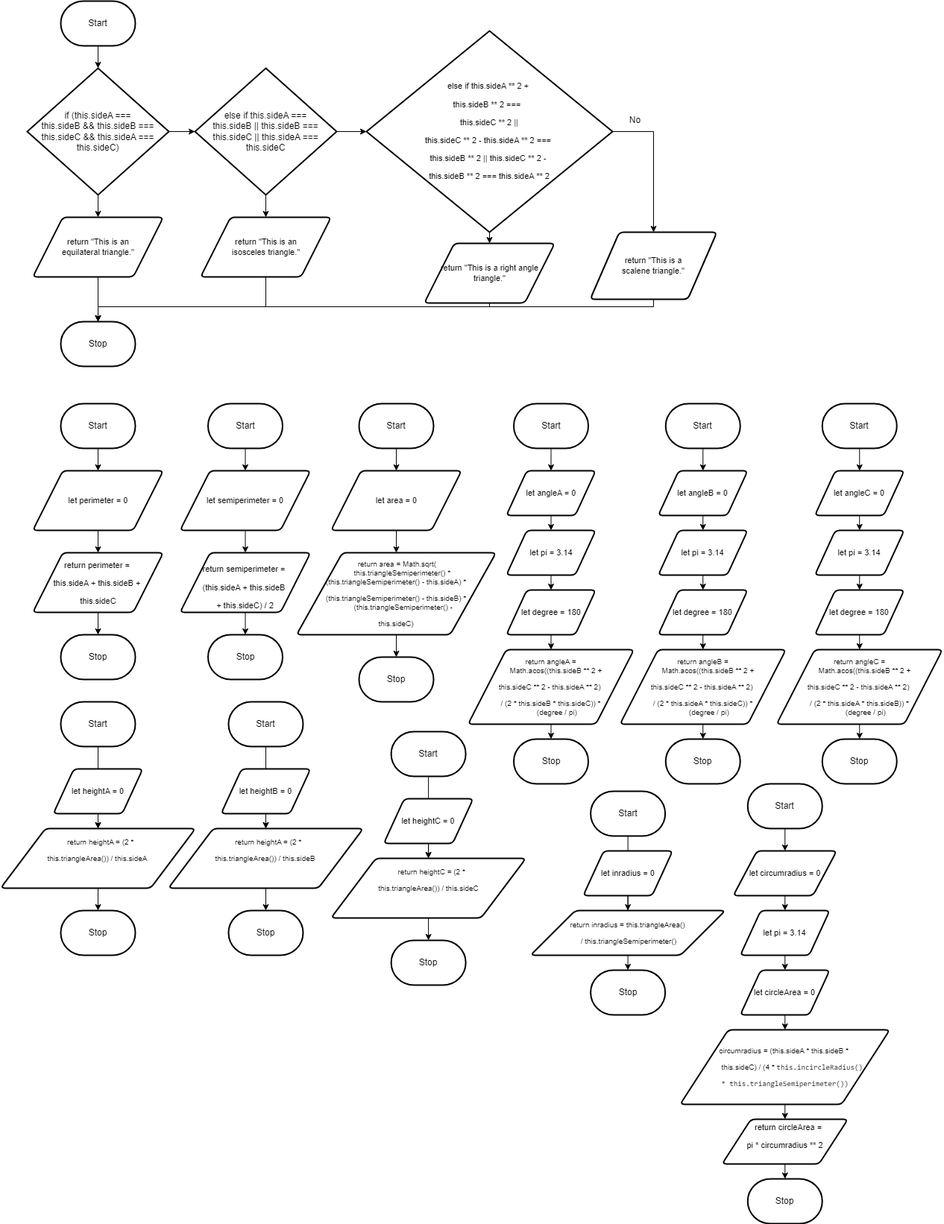
This is flowchart.png from Rodas-Nega1/ics4u-assignment-3-typescript, a draw.io export, as it was before one commit. Source tidied: cells renumbered, new cells last; positions are measured from the earlier drawing's top-left corner, leaving out a move shared by most shapes.
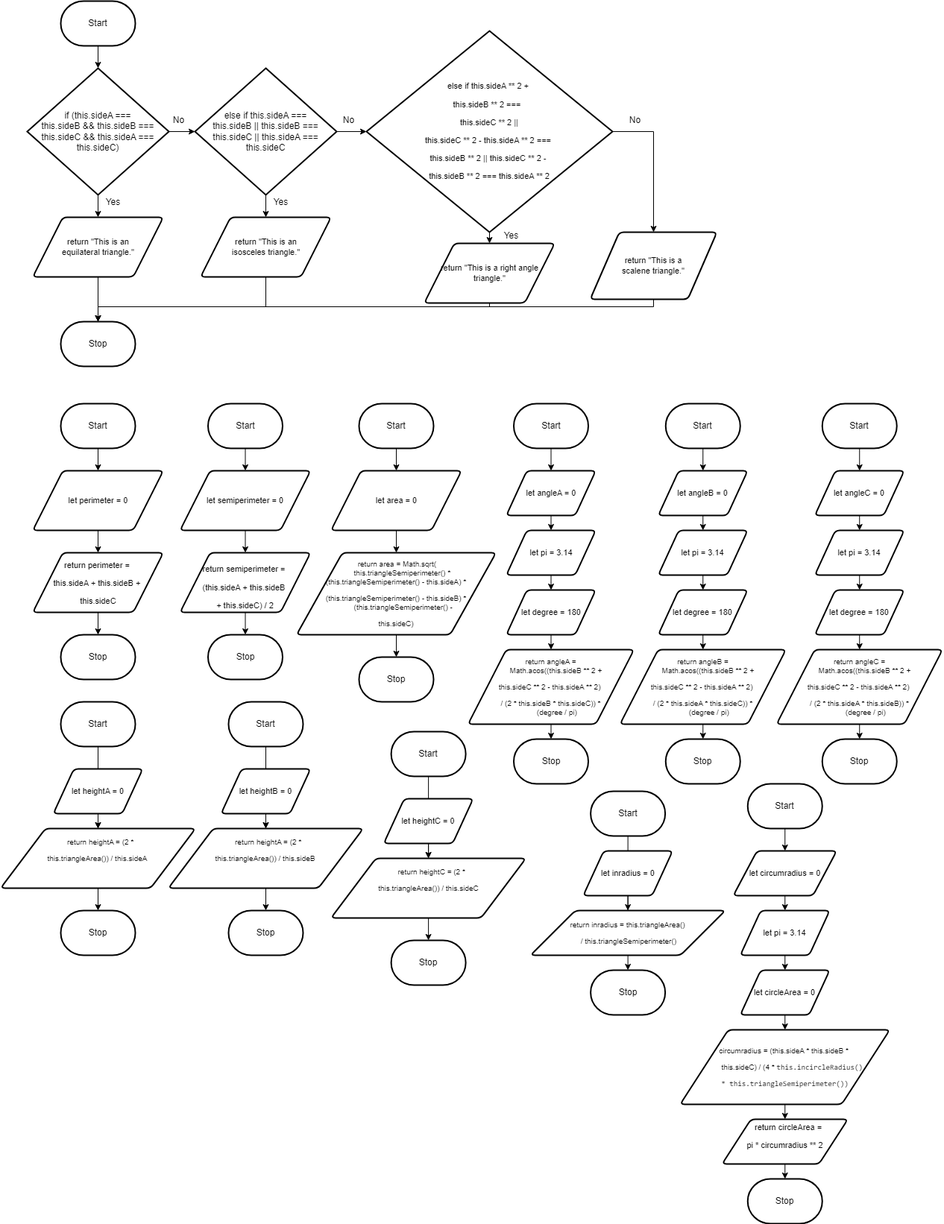
After the change.

Diff of the diagram source:
```diff
@@ -379,19 +379,19 @@
     <mxCell id="117" value="Stop" style="strokeWidth=2;html=1;shape=mxgraph.flowchart.terminator;whiteSpace=wrap;" parent="1" vertex="1">
       <mxGeometry x="1002.3" y="1580" width="100" height="60" as="geometry" />
     </mxCell>
-    <mxCell id="118" value="&lt;font color=&quot;#ffffff&quot;&gt;Yes&lt;/font&gt;" style="text;html=1;align=center;verticalAlign=middle;fillColor=none;strokeColor=none;rounded=0;fontColor=#000000;" parent="1" vertex="1">
+    <mxCell id="118" value="Yes" style="text;html=1;align=center;verticalAlign=middle;fillColor=none;strokeColor=none;rounded=0;fontColor=#000000;" parent="1" vertex="1">
       <mxGeometry x="131" y="260" width="40" height="20" as="geometry" />
     </mxCell>
-    <mxCell id="119" value="&lt;font color=&quot;#ffffff&quot;&gt;Yes&lt;/font&gt;" style="text;html=1;align=center;verticalAlign=middle;fillColor=none;strokeColor=none;rounded=0;fontColor=#000000;" parent="1" vertex="1">
+    <mxCell id="119" value="Yes" style="text;html=1;align=center;verticalAlign=middle;fillColor=none;strokeColor=none;rounded=0;fontColor=#000000;" parent="1" vertex="1">
       <mxGeometry x="356" y="260" width="40" height="20" as="geometry" />
     </mxCell>
-    <mxCell id="120" value="&lt;font color=&quot;#ffffff&quot;&gt;Yes&lt;/font&gt;" style="text;html=1;align=center;verticalAlign=middle;fillColor=none;strokeColor=none;rounded=0;fontColor=#000000;" parent="1" vertex="1">
+    <mxCell id="120" value="Yes" style="text;html=1;align=center;verticalAlign=middle;fillColor=none;strokeColor=none;rounded=0;fontColor=#000000;" parent="1" vertex="1">
       <mxGeometry x="664.8" y="305" width="40" height="20" as="geometry" />
     </mxCell>
-    <mxCell id="121" value="&lt;font color=&quot;#ffffff&quot;&gt;No&lt;/font&gt;" style="text;html=1;align=center;verticalAlign=middle;fillColor=none;strokeColor=none;rounded=0;fontColor=#000000;" parent="1" vertex="1">
+    <mxCell id="121" value="No" style="text;html=1;align=center;verticalAlign=middle;fillColor=none;strokeColor=none;rounded=0;fontColor=#000000;" parent="1" vertex="1">
       <mxGeometry x="223.5" y="150" width="30" height="20" as="geometry" />
     </mxCell>
-    <mxCell id="122" value="&lt;font color=&quot;#ffffff&quot;&gt;No&lt;/font&gt;" style="text;html=1;align=center;verticalAlign=middle;fillColor=none;strokeColor=none;rounded=0;fontColor=#000000;" parent="1" vertex="1">
+    <mxCell id="122" value="No" style="text;html=1;align=center;verticalAlign=middle;fillColor=none;strokeColor=none;rounded=0;fontColor=#000000;" parent="1" vertex="1">
       <mxGeometry x="451.6" y="150" width="30" height="20" as="geometry" />
     </mxCell>
     <mxCell id="123" value="No" style="text;html=1;align=center;verticalAlign=middle;fillColor=none;strokeColor=none;rounded=0;fontColor=#000000;" parent="1" vertex="1">
```
